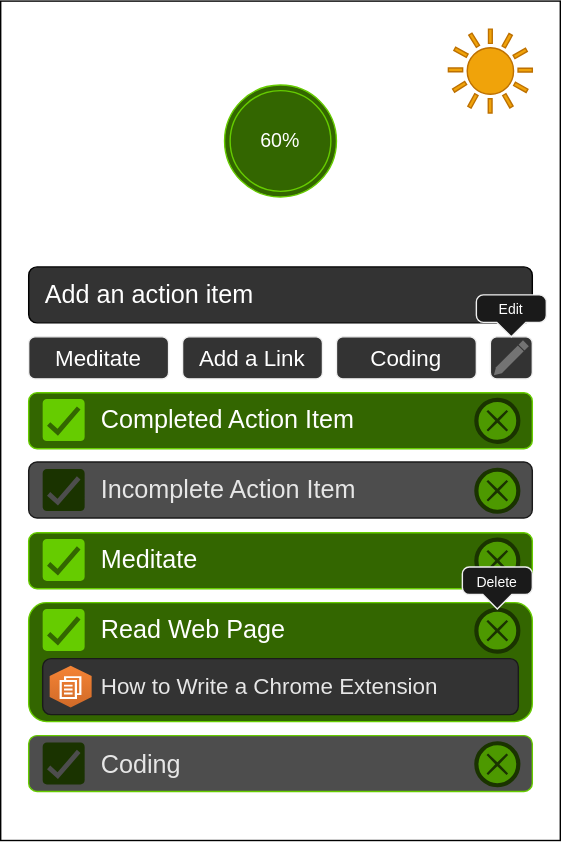
The draw.io diagram docs/Wireframe.LoFi.drawio.svg in Leif-W/webext-rocket-planner, before a commit. Source tidied: cells renumbered, new cells last; positions are measured from the earlier drawing's top-left corner, leaving out a move shared by most shapes.
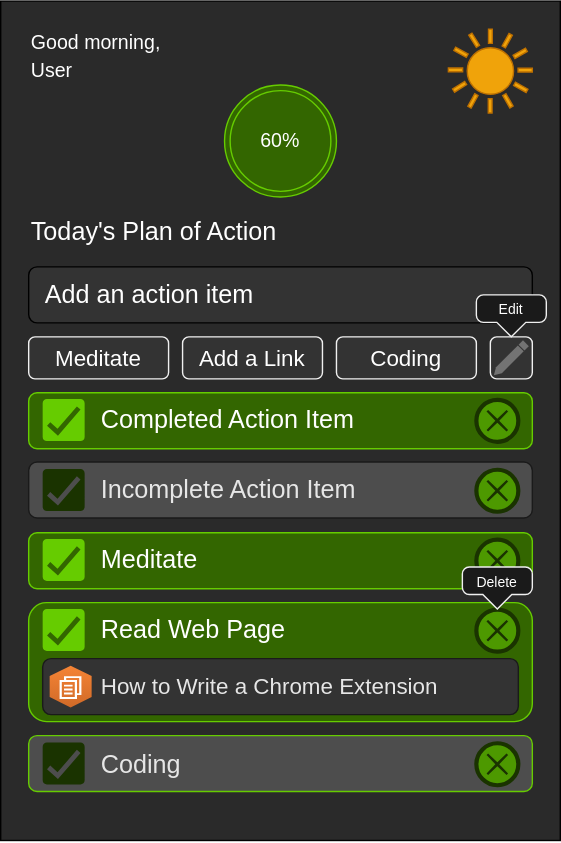
The same file after the commit.

Commit message:
Try to fix Wireframe Background in GitHub

Change to the diagram source:
```diff
@@ -2,7 +2,7 @@
   <root>
     <mxCell id="0" />
     <mxCell id="1" parent="0" />
-    <mxCell id="2" style="rounded=0;whiteSpace=wrap;html=1;" parent="1" vertex="1">
+    <mxCell id="2" style="rounded=0;whiteSpace=wrap;html=1;fillColor=#2A2A2A;labelBackgroundColor=#2A2A2A;" parent="1" vertex="1">
       <mxGeometry width="400" height="600" as="geometry" />
     </mxCell>
     <mxCell id="3" value="Good morning," style="text;html=1;strokeColor=none;fillColor=none;align=left;verticalAlign=middle;whiteSpace=wrap;rounded=0;fontSize=14;fontColor=#FFFFFF;" parent="1" vertex="1">
```
